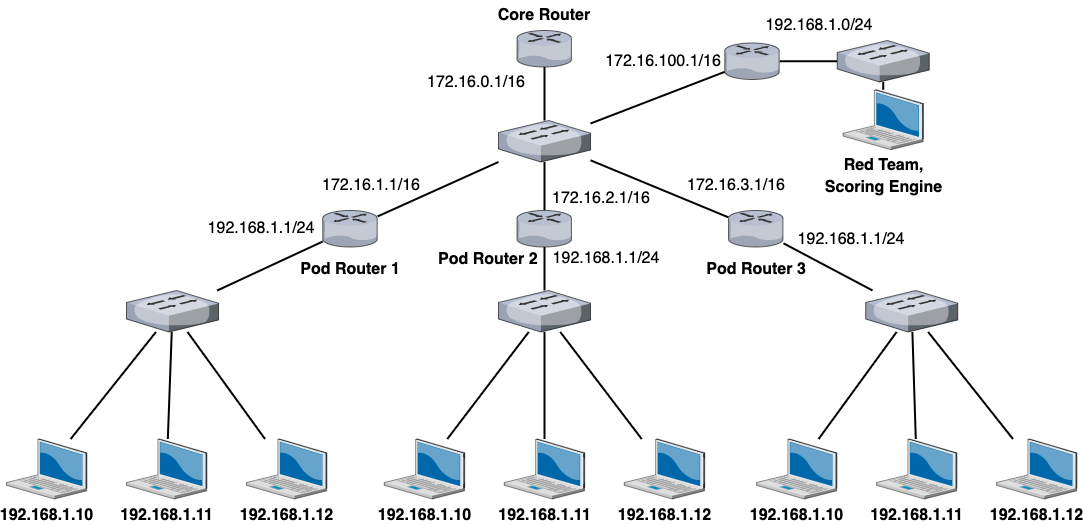
The draw.io diagram assets/images/red-vs-blue/rvb-networking-nat.png in fyrworx4/fyrworx4.github.io, before a commit. Source tidied: cells renumbered, new cells last; positions are measured from the earlier drawing's top-left corner, leaving out a move shared by most shapes. Source of this version:
```xml
<mxGraphModel>
  <root>
    <mxCell id="0" />
    <mxCell id="1" parent="0" />
    <mxCell id="2" style="verticalLabelPosition=bottom;sketch=0;html=1;verticalAlign=top;strokeColor=none;align=center;outlineConnect=0;shape=mxgraph.citrix.router;" parent="1" vertex="1">
      <mxGeometry x="510.5" y="30" width="55" height="36.5" as="geometry" />
    </mxCell>
    <mxCell id="3" style="edgeStyle=none;rounded=0;jettySize=auto;html=1;strokeWidth=2;endArrow=none;endFill=0;" parent="1" edge="1" source="5" target="2">
      <mxGeometry relative="1" as="geometry" />
    </mxCell>
    <mxCell id="4" style="edgeStyle=none;rounded=0;jettySize=auto;html=1;strokeWidth=2;endArrow=none;endFill=0;" parent="1" edge="1" source="5" target="41">
      <mxGeometry relative="1" as="geometry" />
    </mxCell>
    <mxCell id="5" style="verticalLabelPosition=bottom;sketch=0;html=1;verticalAlign=top;strokeColor=none;align=center;outlineConnect=0;shape=mxgraph.citrix.switch;" parent="1" vertex="1">
      <mxGeometry x="492" y="120" width="92" height="41.5" as="geometry" />
    </mxCell>
    <mxCell id="6" style="rounded=0;jettySize=auto;html=1;endArrow=none;endFill=0;strokeWidth=2;" parent="1" edge="1" source="7" target="5">
      <mxGeometry relative="1" as="geometry" />
    </mxCell>
    <mxCell id="7" style="verticalLabelPosition=bottom;sketch=0;html=1;verticalAlign=top;strokeColor=none;align=center;outlineConnect=0;shape=mxgraph.citrix.router;" parent="1" vertex="1">
      <mxGeometry x="316.2" y="210" width="55" height="36.5" as="geometry" />
    </mxCell>
    <mxCell id="8" style="edgeStyle=none;rounded=0;jettySize=auto;html=1;strokeWidth=2;endArrow=none;endFill=0;" parent="1" edge="1" source="9" target="5">
      <mxGeometry relative="1" as="geometry" />
    </mxCell>
    <mxCell id="9" style="verticalLabelPosition=bottom;sketch=0;html=1;verticalAlign=top;strokeColor=none;align=center;outlineConnect=0;shape=mxgraph.citrix.router;" parent="1" vertex="1">
      <mxGeometry x="722" y="210" width="55" height="36.5" as="geometry" />
    </mxCell>
    <mxCell id="10" style="edgeStyle=none;rounded=0;jettySize=auto;html=1;strokeWidth=2;endArrow=none;endFill=0;" parent="1" edge="1" source="11" target="5">
      <mxGeometry relative="1" as="geometry" />
    </mxCell>
    <mxCell id="11" style="verticalLabelPosition=bottom;sketch=0;html=1;verticalAlign=top;strokeColor=none;align=center;outlineConnect=0;shape=mxgraph.citrix.router;" parent="1" vertex="1">
      <mxGeometry x="510.5" y="210" width="55" height="36.5" as="geometry" />
    </mxCell>
    <mxCell id="12" style="edgeStyle=none;rounded=0;jettySize=auto;html=1;strokeWidth=2;endArrow=none;endFill=0;" parent="1" edge="1" source="13" target="7">
      <mxGeometry relative="1" as="geometry" />
    </mxCell>
    <mxCell id="13" style="verticalLabelPosition=bottom;sketch=0;html=1;verticalAlign=top;strokeColor=none;align=center;outlineConnect=0;shape=mxgraph.citrix.switch;" parent="1" vertex="1">
      <mxGeometry x="120" y="290" width="92" height="41.5" as="geometry" />
    </mxCell>
    <mxCell id="14" style="edgeStyle=none;rounded=0;jettySize=auto;html=1;strokeWidth=2;endArrow=none;endFill=0;" parent="1" edge="1" source="15" target="11">
      <mxGeometry relative="1" as="geometry" />
    </mxCell>
    <mxCell id="15" style="verticalLabelPosition=bottom;sketch=0;html=1;verticalAlign=top;strokeColor=none;align=center;outlineConnect=0;shape=mxgraph.citrix.switch;" parent="1" vertex="1">
      <mxGeometry x="492" y="290" width="92" height="41.5" as="geometry" />
    </mxCell>
    <mxCell id="16" style="edgeStyle=none;rounded=0;jettySize=auto;html=1;strokeWidth=2;endArrow=none;endFill=0;" parent="1" edge="1" source="17" target="9">
      <mxGeometry relative="1" as="geometry" />
    </mxCell>
    <mxCell id="17" style="verticalLabelPosition=bottom;sketch=0;html=1;verticalAlign=top;strokeColor=none;align=center;outlineConnect=0;shape=mxgraph.citrix.switch;" parent="1" vertex="1">
      <mxGeometry x="859.2" y="290" width="92" height="41.5" as="geometry" />
    </mxCell>
    <mxCell id="18" style="edgeStyle=none;rounded=0;jettySize=auto;html=1;strokeWidth=2;endArrow=none;endFill=0;" parent="1" edge="1" source="19" target="13">
      <mxGeometry relative="1" as="geometry" />
    </mxCell>
    <mxCell id="19" value="192.168.1.12" style="verticalLabelPosition=bottom;sketch=0;html=1;verticalAlign=top;strokeColor=none;align=center;outlineConnect=0;shape=mxgraph.citrix.laptop_2;fontSize=16;fontStyle=1;" parent="1" vertex="1">
      <mxGeometry x="240" y="438.5" width="80.5" height="60" as="geometry" />
    </mxCell>
    <mxCell id="20" style="edgeStyle=none;rounded=0;jettySize=auto;html=1;strokeWidth=2;endArrow=none;endFill=0;" parent="1" edge="1" source="21" target="13">
      <mxGeometry relative="1" as="geometry" />
    </mxCell>
    <mxCell id="21" value="192.168.1.10" style="verticalLabelPosition=bottom;sketch=0;html=1;verticalAlign=top;strokeColor=none;align=center;outlineConnect=0;shape=mxgraph.citrix.laptop_2;fontSize=16;fontStyle=1;" parent="1" vertex="1">
      <mxGeometry y="438.5" width="80.5" height="60" as="geometry" />
    </mxCell>
    <mxCell id="22" style="edgeStyle=none;rounded=0;jettySize=auto;html=1;strokeWidth=2;endArrow=none;endFill=0;" parent="1" edge="1" source="23" target="13">
      <mxGeometry relative="1" as="geometry" />
    </mxCell>
    <mxCell id="23" value="192.168.1.11" style="verticalLabelPosition=bottom;sketch=0;html=1;verticalAlign=top;strokeColor=none;align=center;outlineConnect=0;shape=mxgraph.citrix.laptop_2;fontSize=16;fontStyle=1;" parent="1" vertex="1">
      <mxGeometry x="120" y="438.5" width="80.5" height="60" as="geometry" />
    </mxCell>
    <mxCell id="24" style="edgeStyle=none;rounded=0;jettySize=auto;html=1;strokeWidth=2;endArrow=none;endFill=0;" parent="1" edge="1" source="25" target="15">
      <mxGeometry relative="1" as="geometry" />
    </mxCell>
    <mxCell id="25" value="192.168.1.10" style="verticalLabelPosition=bottom;sketch=0;html=1;verticalAlign=top;strokeColor=none;align=center;outlineConnect=0;shape=mxgraph.citrix.laptop_2;fontSize=16;fontStyle=1;" parent="1" vertex="1">
      <mxGeometry x="377.8" y="438.5" width="80.5" height="60" as="geometry" />
    </mxCell>
    <mxCell id="26" style="edgeStyle=none;rounded=0;jettySize=auto;html=1;strokeWidth=2;endArrow=none;endFill=0;" parent="1" edge="1" source="27" target="15">
      <mxGeometry relative="1" as="geometry" />
    </mxCell>
    <mxCell id="27" value="192.168.1.11" style="verticalLabelPosition=bottom;sketch=0;html=1;verticalAlign=top;strokeColor=none;align=center;outlineConnect=0;shape=mxgraph.citrix.laptop_2;fontSize=16;fontStyle=1;" parent="1" vertex="1">
      <mxGeometry x="497.8" y="438.5" width="80.5" height="60" as="geometry" />
    </mxCell>
    <mxCell id="28" style="edgeStyle=none;rounded=0;jettySize=auto;html=1;strokeWidth=2;endArrow=none;endFill=0;" parent="1" edge="1" source="29" target="15">
      <mxGeometry relative="1" as="geometry" />
    </mxCell>
    <mxCell id="29" value="192.168.1.12" style="verticalLabelPosition=bottom;sketch=0;html=1;verticalAlign=top;strokeColor=none;align=center;outlineConnect=0;shape=mxgraph.citrix.laptop_2;fontSize=16;fontStyle=1;" parent="1" vertex="1">
      <mxGeometry x="617.8" y="438.5" width="80.5" height="60" as="geometry" />
    </mxCell>
    <mxCell id="30" style="edgeStyle=none;rounded=0;jettySize=auto;html=1;strokeWidth=2;endArrow=none;endFill=0;" parent="1" edge="1" source="31" target="17">
      <mxGeometry relative="1" as="geometry" />
    </mxCell>
    <mxCell id="31" value="192.168.1.11" style="verticalLabelPosition=bottom;sketch=0;html=1;verticalAlign=top;strokeColor=none;align=center;outlineConnect=0;shape=mxgraph.citrix.laptop_2;fontSize=16;fontStyle=1;" parent="1" vertex="1">
      <mxGeometry x="870" y="438.5" width="80.5" height="60" as="geometry" />
    </mxCell>
    <mxCell id="32" style="edgeStyle=none;rounded=0;jettySize=auto;html=1;strokeWidth=2;endArrow=none;endFill=0;" parent="1" edge="1" source="33" target="17">
      <mxGeometry relative="1" as="geometry" />
    </mxCell>
    <mxCell id="33" value="192.168.1.12" style="verticalLabelPosition=bottom;sketch=0;html=1;verticalAlign=top;strokeColor=none;align=center;outlineConnect=0;shape=mxgraph.citrix.laptop_2;fontSize=16;fontStyle=1;" parent="1" vertex="1">
      <mxGeometry x="990" y="438.5" width="80.5" height="60" as="geometry" />
    </mxCell>
    <mxCell id="34" style="edgeStyle=none;rounded=0;jettySize=auto;html=1;strokeWidth=2;endArrow=none;endFill=0;" parent="1" edge="1" source="35" target="17">
      <mxGeometry relative="1" as="geometry" />
    </mxCell>
    <mxCell id="35" value="192.168.1.10" style="verticalLabelPosition=bottom;sketch=0;html=1;verticalAlign=top;strokeColor=none;align=center;outlineConnect=0;shape=mxgraph.citrix.laptop_2;fontSize=16;fontStyle=1;" parent="1" vertex="1">
      <mxGeometry x="750" y="438.5" width="80.5" height="60" as="geometry" />
    </mxCell>
    <mxCell id="36" value="Pod Router 1" style="text;html=1;strokeColor=none;fillColor=none;align=center;verticalAlign=middle;whiteSpace=wrap;rounded=0;fontStyle=1;fontSize=16;" parent="1" vertex="1">
      <mxGeometry x="283.7" y="253.5" width="120" height="30" as="geometry" />
    </mxCell>
    <mxCell id="37" value="Core Router" style="text;html=1;strokeColor=none;fillColor=none;align=center;verticalAlign=middle;whiteSpace=wrap;rounded=0;fontStyle=1;fontSize=16;" parent="1" vertex="1">
      <mxGeometry x="478" width="120" height="30" as="geometry" />
    </mxCell>
    <mxCell id="38" value="Pod Router 2" style="text;html=1;strokeColor=none;fillColor=none;align=left;verticalAlign=middle;whiteSpace=wrap;rounded=0;fontStyle=1;fontSize=16;" parent="1" vertex="1">
      <mxGeometry x="430" y="244.2" width="120" height="30" as="geometry" />
    </mxCell>
    <mxCell id="39" value="Pod Router 3" style="text;html=1;strokeColor=none;fillColor=none;align=center;verticalAlign=middle;whiteSpace=wrap;rounded=0;fontStyle=1;fontSize=16;" parent="1" vertex="1">
      <mxGeometry x="689.5" y="253.5" width="120" height="30" as="geometry" />
    </mxCell>
    <mxCell id="40" style="edgeStyle=none;rounded=0;jettySize=auto;html=1;strokeWidth=2;endArrow=none;endFill=0;" parent="1" edge="1" source="41" target="44">
      <mxGeometry relative="1" as="geometry" />
    </mxCell>
    <mxCell id="41" style="verticalLabelPosition=bottom;sketch=0;html=1;verticalAlign=top;strokeColor=none;align=center;outlineConnect=0;shape=mxgraph.citrix.router;" parent="1" vertex="1">
      <mxGeometry x="718.2" y="42.5" width="55" height="36.5" as="geometry" />
    </mxCell>
    <mxCell id="42" value="&lt;span style=&quot;font-size: 16px; font-weight: 700;&quot;&gt;Red Team,&lt;/span&gt;&lt;br style=&quot;font-size: 16px; font-weight: 700;&quot;&gt;&lt;span style=&quot;font-size: 16px; font-weight: 700;&quot;&gt;Scoring Engine&lt;/span&gt;" style="verticalLabelPosition=bottom;sketch=0;html=1;verticalAlign=top;strokeColor=none;align=center;outlineConnect=0;shape=mxgraph.citrix.laptop_2;" parent="1" vertex="1">
      <mxGeometry x="836.5" y="89.2" width="80.5" height="60" as="geometry" />
    </mxCell>
    <mxCell id="43" style="edgeStyle=none;rounded=0;jettySize=auto;html=1;strokeWidth=2;endArrow=none;endFill=0;" parent="1" edge="1" source="44" target="42">
      <mxGeometry relative="1" as="geometry" />
    </mxCell>
    <mxCell id="44" style="verticalLabelPosition=bottom;sketch=0;html=1;verticalAlign=top;strokeColor=none;align=center;outlineConnect=0;shape=mxgraph.citrix.switch;" parent="1" vertex="1">
      <mxGeometry x="830.7" y="40" width="92" height="41.5" as="geometry" />
    </mxCell>
    <mxCell id="45" value="192.168.1.1/24" style="text;html=1;strokeColor=none;fillColor=none;align=center;verticalAlign=middle;whiteSpace=wrap;rounded=0;fontSize=16;" parent="1" vertex="1">
      <mxGeometry x="190.5" y="213.2" width="130" height="30" as="geometry" />
    </mxCell>
    <mxCell id="46" value="172.16.1.1/16" style="text;html=1;strokeColor=none;fillColor=none;align=center;verticalAlign=middle;whiteSpace=wrap;rounded=0;fontSize=16;" parent="1" vertex="1">
      <mxGeometry x="300" y="170" width="130" height="30" as="geometry" />
    </mxCell>
    <mxCell id="47" value="192.168.1.1/24" style="text;html=1;strokeColor=none;fillColor=none;align=center;verticalAlign=middle;whiteSpace=wrap;rounded=0;fontSize=16;" parent="1" vertex="1">
      <mxGeometry x="535" y="243.2" width="130" height="30" as="geometry" />
    </mxCell>
    <mxCell id="48" value="172.16.2.1/16" style="text;html=1;strokeColor=none;fillColor=none;align=center;verticalAlign=middle;whiteSpace=wrap;rounded=0;fontSize=16;" parent="1" vertex="1">
      <mxGeometry x="530" y="183.2" width="130" height="30" as="geometry" />
    </mxCell>
    <mxCell id="49" value="172.16.3.1/16" style="text;html=1;strokeColor=none;fillColor=none;align=center;verticalAlign=middle;whiteSpace=wrap;rounded=0;fontSize=16;" parent="1" vertex="1">
      <mxGeometry x="665" y="170" width="130" height="30" as="geometry" />
    </mxCell>
    <mxCell id="50" value="192.168.1.1/24" style="text;html=1;strokeColor=none;fillColor=none;align=center;verticalAlign=middle;whiteSpace=wrap;rounded=0;fontSize=16;" parent="1" vertex="1">
      <mxGeometry x="780" y="223.5" width="130" height="30" as="geometry" />
    </mxCell>
    <mxCell id="51" value="172.16.100.1/16" style="text;html=1;strokeColor=none;fillColor=none;align=center;verticalAlign=middle;whiteSpace=wrap;rounded=0;fontSize=16;" parent="1" vertex="1">
      <mxGeometry x="592" y="45.8" width="130" height="30" as="geometry" />
    </mxCell>
    <mxCell id="52" value="192.168.1.0/24" style="text;html=1;strokeColor=none;fillColor=none;align=center;verticalAlign=middle;whiteSpace=wrap;rounded=0;fontSize=16;" parent="1" vertex="1">
      <mxGeometry x="748.2" y="10" width="130" height="30" as="geometry" />
    </mxCell>
    <mxCell id="53" value="172.16.0.1/16" style="text;html=1;strokeColor=none;fillColor=none;align=center;verticalAlign=middle;whiteSpace=wrap;rounded=0;fontSize=16;" parent="1" vertex="1">
      <mxGeometry x="405" y="66.5" width="130" height="30" as="geometry" />
    </mxCell>
  </root>
</mxGraphModel>
```
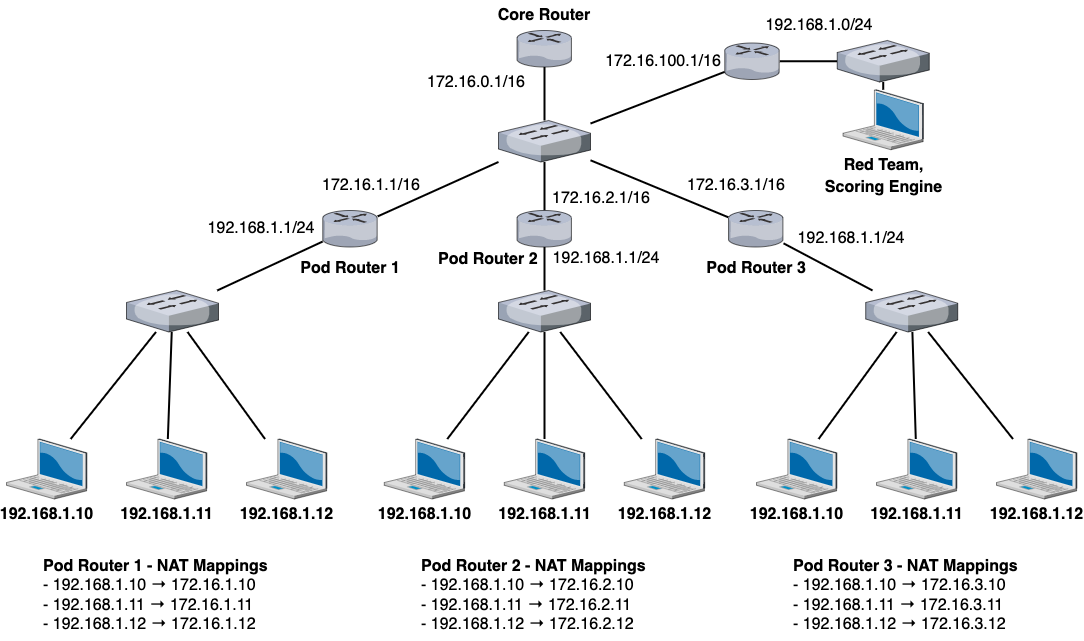
Above is the later version.

Diff of the diagram source:
```diff
@@ -158,5 +158,14 @@
     <mxCell id="53" value="172.16.0.1/16" style="text;html=1;strokeColor=none;fillColor=none;align=center;verticalAlign=middle;whiteSpace=wrap;rounded=0;fontSize=16;" parent="1" vertex="1">
       <mxGeometry x="405" y="66.5" width="130" height="30" as="geometry" />
     </mxCell>
+    <mxCell id="54" value="&lt;b&gt;&lt;span style=&quot;font-size: 16px;&quot;&gt;Pod Router 1 - NAT Mappings&lt;/span&gt;&lt;br&gt;&lt;/b&gt;&lt;div style=&quot;&quot;&gt;&lt;span style=&quot;font-size: 16px; background-color: initial;&quot;&gt;- 192.168.1.10&amp;nbsp;&lt;/span&gt;&lt;span style=&quot;background-color: initial; font-size: 16px;&quot;&gt;→ 172.16.1.10&lt;/span&gt;&lt;/div&gt;&lt;div style=&quot;&quot;&gt;&lt;span style=&quot;background-color: initial; font-size: 16px;&quot;&gt;- 192.168.1.11&amp;nbsp;&lt;/span&gt;&lt;span style=&quot;background-color: initial; font-size: 16px;&quot;&gt;→ 172.16.1.11&lt;/span&gt;&lt;br&gt;&lt;/div&gt;&lt;div style=&quot;&quot;&gt;&lt;span style=&quot;background-color: initial; font-size: 16px;&quot;&gt;- 192.168.1.12&amp;nbsp;&lt;/span&gt;&lt;span style=&quot;background-color: initial; font-size: 16px;&quot;&gt;→ 172.16.1.12&lt;/span&gt;&lt;b style=&quot;background-color: initial; font-size: 16px;&quot;&gt;&lt;br&gt;&lt;/b&gt;&lt;/div&gt;" style="text;html=1;align=left;verticalAlign=middle;strokeColor=none;fillColor=none;" parent="1" vertex="1">
+      <mxGeometry x="35.2" y="550" width="250" height="90" as="geometry" />
+    </mxCell>
+    <mxCell id="55" value="&lt;b&gt;&lt;span style=&quot;font-size: 16px;&quot;&gt;Pod Router 2 - NAT Mappings&lt;/span&gt;&lt;br&gt;&lt;/b&gt;&lt;div style=&quot;&quot;&gt;&lt;span style=&quot;font-size: 16px; background-color: initial;&quot;&gt;- 192.168.1.10&amp;nbsp;&lt;/span&gt;&lt;span style=&quot;background-color: initial; font-size: 16px;&quot;&gt;→ 172.16.2.10&lt;/span&gt;&lt;/div&gt;&lt;div style=&quot;&quot;&gt;&lt;span style=&quot;background-color: initial; font-size: 16px;&quot;&gt;- 192.168.1.11&amp;nbsp;&lt;/span&gt;&lt;span style=&quot;background-color: initial; font-size: 16px;&quot;&gt;→ 172.16.2.11&lt;/span&gt;&lt;br&gt;&lt;/div&gt;&lt;div style=&quot;&quot;&gt;&lt;span style=&quot;background-color: initial; font-size: 16px;&quot;&gt;- 192.168.1.12&amp;nbsp;&lt;/span&gt;&lt;span style=&quot;background-color: initial; font-size: 16px;&quot;&gt;→ 172.16.2.12&lt;/span&gt;&lt;b style=&quot;background-color: initial; font-size: 16px;&quot;&gt;&lt;br&gt;&lt;/b&gt;&lt;/div&gt;" style="text;html=1;align=left;verticalAlign=middle;strokeColor=none;fillColor=none;" parent="1" vertex="1">
+      <mxGeometry x="413" y="550" width="250" height="90" as="geometry" />
+    </mxCell>
+    <mxCell id="56" value="&lt;b&gt;&lt;span style=&quot;font-size: 16px;&quot;&gt;Pod Router 3 - NAT Mappings&lt;/span&gt;&lt;br&gt;&lt;/b&gt;&lt;div style=&quot;&quot;&gt;&lt;span style=&quot;font-size: 16px; background-color: initial;&quot;&gt;- 192.168.1.10&amp;nbsp;&lt;/span&gt;&lt;span style=&quot;background-color: initial; font-size: 16px;&quot;&gt;→ 172.16.3.10&lt;/span&gt;&lt;/div&gt;&lt;div style=&quot;&quot;&gt;&lt;span style=&quot;background-color: initial; font-size: 16px;&quot;&gt;- 192.168.1.11&amp;nbsp;&lt;/span&gt;&lt;span style=&quot;background-color: initial; font-size: 16px;&quot;&gt;→ 172.16.3.11&lt;/span&gt;&lt;br&gt;&lt;/div&gt;&lt;div style=&quot;&quot;&gt;&lt;span style=&quot;background-color: initial; font-size: 16px;&quot;&gt;- 192.168.1.12&amp;nbsp;&lt;/span&gt;&lt;span style=&quot;background-color: initial; font-size: 16px;&quot;&gt;→ 172.16.3.12&lt;/span&gt;&lt;b style=&quot;background-color: initial; font-size: 16px;&quot;&gt;&lt;br&gt;&lt;/b&gt;&lt;/div&gt;" style="text;html=1;align=left;verticalAlign=middle;strokeColor=none;fillColor=none;" parent="1" vertex="1">
+      <mxGeometry x="785.2" y="550" width="250" height="90" as="geometry" />
+    </mxCell>
   </root>
 </mxGraphModel>
```
